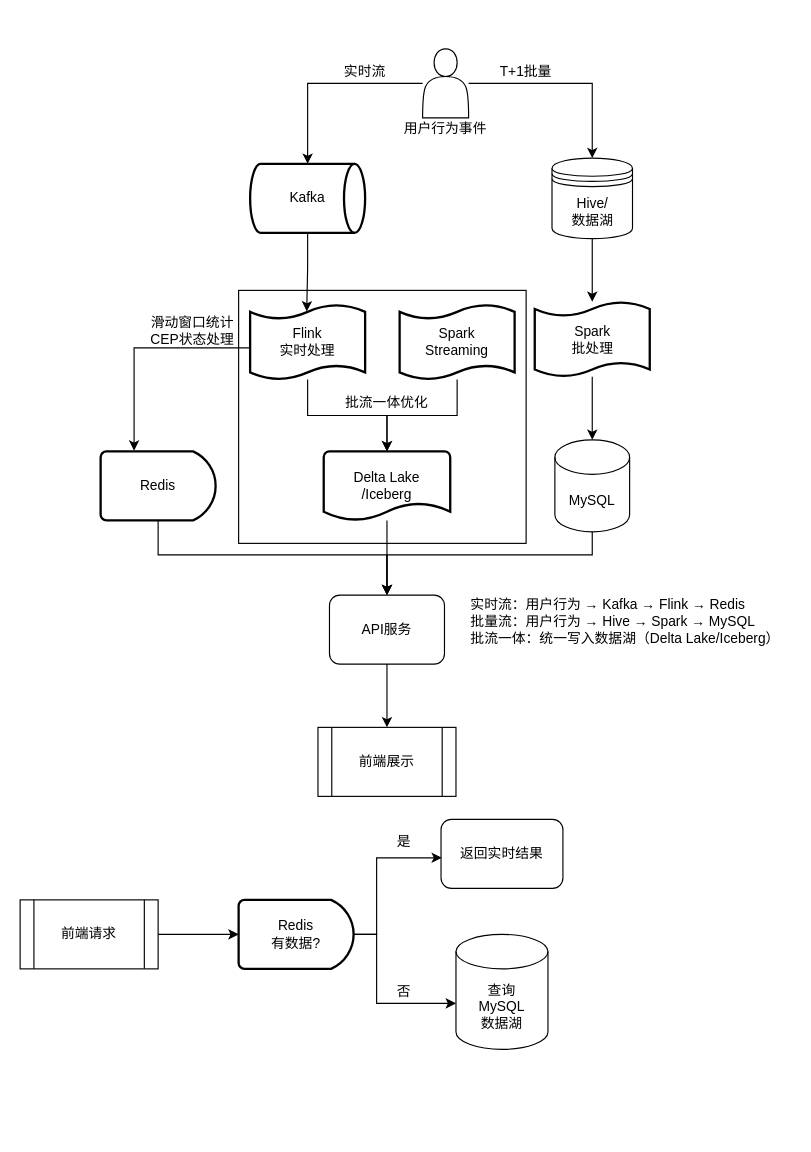
Above: achitecture_diagram/大数据-Lambda分层架构.drawio in abigalexy/online_drawing (draw.io), before the change. Source tidied: cells renumbered, new cells numbered last; positions are measured from the earlier drawing's top-left corner, leaving out a move shared by most shapes. Both pictures are drawn from the tidied source at 115%, with x=0, y=0 at pixel (20, 48).
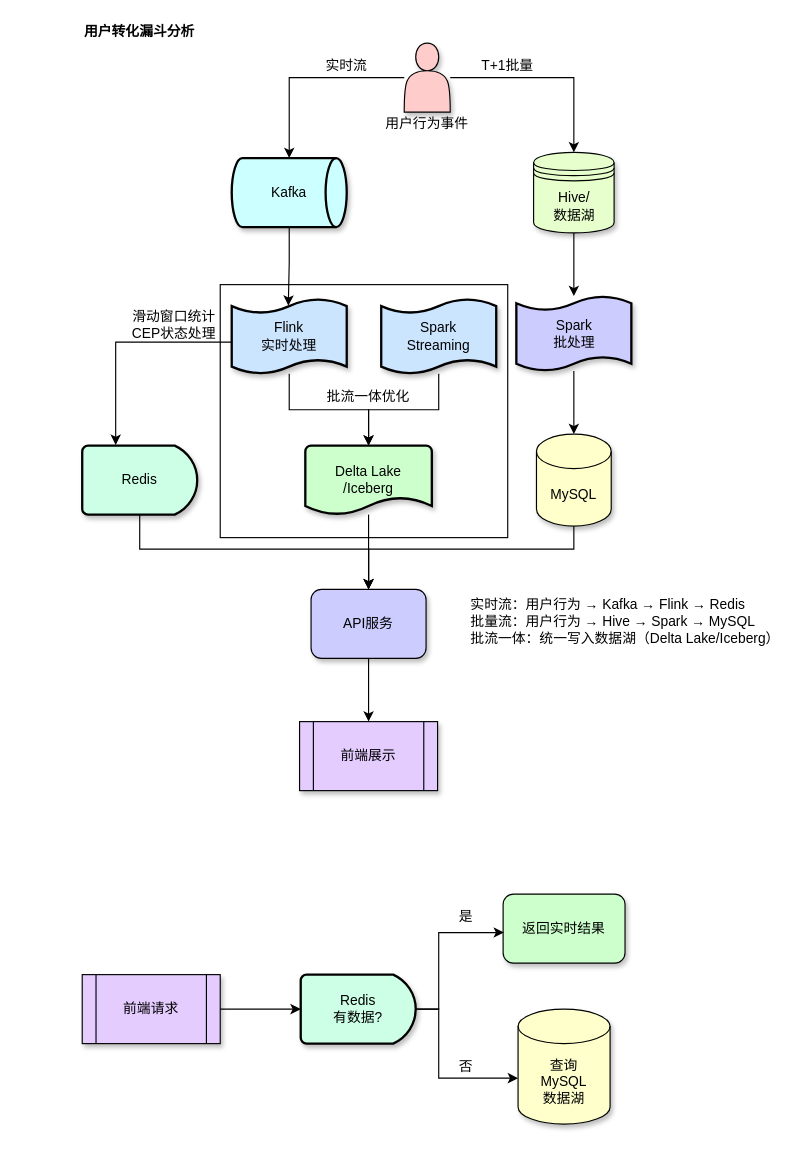
After the change.

Commit message:
更新大数据-Lambda分层架构.drawio

What changed in the source:
```diff
@@
+    <mxCell id="31" value="&lt;div&gt;实时流：用户行为 → Kafka → Flink → Redis&lt;/div&gt;&lt;div&gt;批量流：用户行为 → Hive → Spark → MySQL&lt;/div&gt;&lt;div&gt;批流一体：统一写入数据湖（Delta Lake/Iceberg）&lt;/div&gt;" style="text;strokeColor=none;align=left;fillColor=none;html=1;verticalAlign=middle;whiteSpace=wrap;rounded=0;" parent="1" vertex="1">
+      <mxGeometry x="390" y="475" width="280" height="45" as="geometry" />
+    </mxCell>
+    <mxCell id="41" style="group;" parent="1" vertex="1">
+      <mxGeometry x="54" y="-5" width="477.5" height="650" as="geometry" />
+    </mxCell>
-    <mxCell id="2" style="rounded=0;whiteSpace=wrap;html=1;" parent="1" vertex="1">
-      <mxGeometry x="190" y="210" width="250" height="220" as="geometry" />
+    <mxCell id="2" style="rounded=0;whiteSpace=wrap;html=1;" parent="41" vertex="1">
+      <mxGeometry x="120" y="210" width="250" height="220" as="geometry" />
     </mxCell>
-    <mxCell id="3" style="edgeStyle=orthogonalEdgeStyle;rounded=0;jettySize=auto;html=1;" parent="1" edge="1" source="5" target="6">
+    <mxCell id="3" style="edgeStyle=orthogonalEdgeStyle;rounded=0;jettySize=auto;html=1;" parent="41" edge="1" source="5" target="6">
       <mxGeometry relative="1" as="geometry" />
     </mxCell>
-    <mxCell id="4" style="edgeStyle=orthogonalEdgeStyle;rounded=0;jettySize=auto;html=1;entryX=0.5;entryY=0;entryDx=0;entryDy=0;" parent="1" edge="1" source="5" target="8">
+    <mxCell id="4" style="edgeStyle=orthogonalEdgeStyle;rounded=0;jettySize=auto;html=1;entryX=0.5;entryY=0;entryDx=0;entryDy=0;" parent="41" edge="1" source="5" target="8">
       <mxGeometry relative="1" as="geometry" />
     </mxCell>
-    <mxCell id="5" style="shape=actor;whiteSpace=wrap;html=1;" parent="1" vertex="1">
-      <mxGeometry x="350" width="40" height="60" as="geometry" />
+    <mxCell id="5" style="shape=actor;whiteSpace=wrap;html=1;fillColor=#FFCCCC;shadow=1;" parent="41" vertex="1">
+      <mxGeometry x="280" width="40" height="60" as="geometry" />
     </mxCell>
-    <mxCell id="6" value="Kafka" style="strokeWidth=2;html=1;shape=mxgraph.flowchart.direct_data;whiteSpace=wrap;" parent="1" vertex="1">
-      <mxGeometry x="200" y="100" width="100" height="60" as="geometry" />
+    <mxCell id="6" value="Kafka" style="strokeWidth=2;html=1;shape=mxgraph.flowchart.direct_data;whiteSpace=wrap;shadow=1;fillColor=#CCFFFF;" parent="41" vertex="1">
+      <mxGeometry x="130" y="100" width="100" height="60" as="geometry" />
     </mxCell>
-    <mxCell id="7" style="edgeStyle=orthogonalEdgeStyle;rounded=0;jettySize=auto;html=1;" parent="1" edge="1" source="8" target="16">
+    <mxCell id="7" style="edgeStyle=orthogonalEdgeStyle;rounded=0;jettySize=auto;html=1;" parent="41" edge="1" source="8" target="16">
       <mxGeometry relative="1" as="geometry" />
     </mxCell>
-    <mxCell id="8" value="Hive/&lt;div&gt;数据湖&lt;/div&gt;" style="shape=datastore;whiteSpace=wrap;html=1;" parent="1" vertex="1">
-      <mxGeometry x="462.5" y="95" width="70" height="70" as="geometry" />
+    <mxCell id="8" value="Hive/&lt;div&gt;数据湖&lt;/div&gt;" style="shape=datastore;whiteSpace=wrap;html=1;fillColor=#E6FFCC;shadow=1;" parent="41" vertex="1">
+      <mxGeometry x="392.5" y="95" width="70" height="70" as="geometry" />
     </mxCell>
-    <mxCell id="9" value="Spark&lt;br&gt;Streaming" style="shape=tape;whiteSpace=wrap;html=1;strokeWidth=2;size=0.19;" parent="1" vertex="1">
-      <mxGeometry x="330" y="222.5" width="100" height="65" as="geometry" />
+    <mxCell id="9" value="Spark&lt;br&gt;Streaming" style="shape=tape;whiteSpace=wrap;html=1;strokeWidth=2;size=0.19;fillColor=#CCE5FF;shadow=1;" parent="41" vertex="1">
+      <mxGeometry x="260" y="222.5" width="100" height="65" as="geometry" />
     </mxCell>
-    <mxCell id="10" value="&lt;span style=&quot;text-wrap: nowrap;&quot;&gt;Flink&lt;br&gt;实时处理&lt;/span&gt;" style="shape=tape;whiteSpace=wrap;html=1;strokeWidth=2;size=0.19;" parent="1" vertex="1">
-      <mxGeometry x="200" y="222.5" width="100" height="65" as="geometry" />
+    <mxCell id="10" value="&lt;span style=&quot;text-wrap: nowrap;&quot;&gt;Flink&lt;br&gt;实时处理&lt;/span&gt;" style="shape=tape;whiteSpace=wrap;html=1;strokeWidth=2;size=0.19;fillColor=#CCE5FF;shadow=1;" parent="41" vertex="1">
+      <mxGeometry x="130" y="222.5" width="100" height="65" as="geometry" />
     </mxCell>
-    <mxCell id="11" style="edgeStyle=orthogonalEdgeStyle;rounded=0;jettySize=auto;html=1;entryX=0.5;entryY=0;entryDx=0;entryDy=0;" parent="1" edge="1" source="12" target="14">
-      <mxGeometry relative="1" as="geometry" />
-    </mxCell>
-    <mxCell id="12" value="Delta Lake&lt;br&gt;/Iceberg" style="strokeWidth=2;html=1;shape=mxgraph.flowchart.document2;whiteSpace=wrap;size=0.25;" parent="1" vertex="1">
-      <mxGeometry x="264" y="350" width="110" height="60" as="geometry" />
+    <mxCell id="12" value="Delta Lake&lt;br&gt;/Iceberg" style="strokeWidth=2;html=1;shape=mxgraph.flowchart.document2;whiteSpace=wrap;size=0.25;fillColor=#CCFFCC;shadow=1;" parent="41" vertex="1">
+      <mxGeometry x="194" y="350" width="110" height="60" as="geometry" />
     </mxCell>
-    <mxCell id="13" style="edgeStyle=orthogonalEdgeStyle;rounded=0;jettySize=auto;html=1;entryX=0.5;entryY=0;entryDx=0;entryDy=0;" parent="1" edge="1" source="14" target="15">
+    <mxCell id="13" style="edgeStyle=orthogonalEdgeStyle;rounded=0;jettySize=auto;html=1;entryX=0.5;entryY=0;entryDx=0;entryDy=0;" parent="41" edge="1" source="14" target="15">
       <mxGeometry relative="1" as="geometry" />
     </mxCell>
-    <mxCell id="14" value="API服务" style="rounded=1;whiteSpace=wrap;html=1;" parent="1" vertex="1">
-      <mxGeometry x="269" y="475" width="100" height="60" as="geometry" />
+    <mxCell id="14" value="API服务" style="rounded=1;whiteSpace=wrap;html=1;fillColor=#CCCCFF;shadow=1;" parent="41" vertex="1">
+      <mxGeometry x="199" y="475" width="100" height="60" as="geometry" />
     </mxCell>
-    <mxCell id="15" value="前端展示" style="shape=process;whiteSpace=wrap;html=1;backgroundOutline=1;" parent="1" vertex="1">
-      <mxGeometry x="259" y="590" width="120" height="60" as="geometry" />
+    <mxCell id="15" value="前端展示" style="shape=process;whiteSpace=wrap;html=1;backgroundOutline=1;shadow=1;fillColor=#E5CCFF;" parent="41" vertex="1">
+      <mxGeometry x="189" y="590" width="120" height="60" as="geometry" />
     </mxCell>
-    <mxCell id="16" value="Spark&lt;br&gt;批处理" style="shape=tape;whiteSpace=wrap;html=1;strokeWidth=2;size=0.19;" parent="1" vertex="1">
-      <mxGeometry x="447.5" y="220" width="100" height="65" as="geometry" />
+    <mxCell id="16" value="Spark&lt;br&gt;批处理" style="shape=tape;whiteSpace=wrap;html=1;strokeWidth=2;size=0.19;fillColor=#CCCCFF;shadow=1;" parent="41" vertex="1">
+      <mxGeometry x="377.5" y="220" width="100" height="65" as="geometry" />
     </mxCell>
-    <mxCell id="17" style="edgeStyle=orthogonalEdgeStyle;rounded=0;jettySize=auto;html=1;entryX=0.5;entryY=0;entryDx=0;entryDy=0;" parent="1" edge="1" source="18" target="14">
+    <mxCell id="17" style="edgeStyle=orthogonalEdgeStyle;rounded=0;jettySize=auto;html=1;entryX=0.5;entryY=0;entryDx=0;entryDy=0;" parent="41" edge="1" source="18" target="14">
       <mxGeometry relative="1" as="geometry">
         <Array as="points">
-          <mxPoint x="498" y="440" />
-          <mxPoint x="319" y="440" />
+          <mxPoint x="428" y="440" />
+          <mxPoint x="249" y="440" />
         </Array>
       </mxGeometry>
     </mxCell>
-    <mxCell id="18" value="MySQL" style="shape=cylinder3;whiteSpace=wrap;html=1;boundedLbl=1;backgroundOutline=1;size=15;" parent="1" vertex="1">
-      <mxGeometry x="465" y="340" width="65" height="80" as="geometry" />
+    <mxCell id="18" value="MySQL" style="shape=cylinder3;whiteSpace=wrap;html=1;boundedLbl=1;backgroundOutline=1;size=15;fillColor=#FFFFCC;shadow=1;" parent="41" vertex="1">
+      <mxGeometry x="395" y="340" width="65" height="80" as="geometry" />
     </mxCell>
-    <mxCell id="19" style="edgeStyle=orthogonalEdgeStyle;rounded=0;jettySize=auto;html=1;entryX=0.5;entryY=0;entryDx=0;entryDy=0;entryPerimeter=0;" parent="1" edge="1" source="16" target="18">
+    <mxCell id="19" style="edgeStyle=orthogonalEdgeStyle;rounded=0;jettySize=auto;html=1;entryX=0.5;entryY=0;entryDx=0;entryDy=0;entryPerimeter=0;" parent="41" edge="1" source="16" target="18">
       <mxGeometry relative="1" as="geometry" />
     </mxCell>
-    <mxCell id="20" style="edgeStyle=orthogonalEdgeStyle;rounded=0;jettySize=auto;html=1;entryX=0.5;entryY=0;entryDx=0;entryDy=0;" parent="1" edge="1" source="21" target="14">
+    <mxCell id="20" style="edgeStyle=orthogonalEdgeStyle;rounded=0;jettySize=auto;html=1;entryX=0.5;entryY=0;entryDx=0;entryDy=0;" parent="41" edge="1" source="21" target="14">
       <mxGeometry relative="1" as="geometry">
         <Array as="points">
-          <mxPoint x="120" y="440" />
-          <mxPoint x="319" y="440" />
+          <mxPoint x="50" y="440" />
+          <mxPoint x="249" y="440" />
         </Array>
       </mxGeometry>
     </mxCell>
-    <mxCell id="21" value="&lt;span style=&quot;text-wrap: nowrap;&quot;&gt;Redis&lt;/span&gt;" style="strokeWidth=2;html=1;shape=mxgraph.flowchart.delay;whiteSpace=wrap;" parent="1" vertex="1">
-      <mxGeometry x="70" y="350" width="100" height="60" as="geometry" />
+    <mxCell id="21" value="&lt;span style=&quot;text-wrap: nowrap;&quot;&gt;Redis&lt;/span&gt;" style="strokeWidth=2;html=1;shape=mxgraph.flowchart.delay;whiteSpace=wrap;fillColor=#CCFFE6;shadow=1;" parent="41" vertex="1">
+      <mxGeometry y="350" width="100" height="60" as="geometry" />
     </mxCell>
-    <mxCell id="22" style="edgeStyle=orthogonalEdgeStyle;rounded=0;jettySize=auto;html=1;entryX=0.291;entryY=-0.01;entryDx=0;entryDy=0;entryPerimeter=0;exitX=0;exitY=0.577;exitDx=0;exitDy=0;exitPerimeter=0;" parent="1" edge="1" source="10" target="21">
+    <mxCell id="22" style="edgeStyle=orthogonalEdgeStyle;rounded=0;jettySize=auto;html=1;entryX=0.291;entryY=-0.01;entryDx=0;entryDy=0;entryPerimeter=0;exitX=0;exitY=0.577;exitDx=0;exitDy=0;exitPerimeter=0;" parent="41" edge="1" source="10" target="21">
       <mxGeometry relative="1" as="geometry">
         <Array as="points">
-          <mxPoint x="100" y="260" />
-          <mxPoint x="100" y="349" />
+          <mxPoint x="30" y="260" />
+          <mxPoint x="30" y="349" />
         </Array>
       </mxGeometry>
     </mxCell>
-    <mxCell id="23" style="edgeStyle=orthogonalEdgeStyle;rounded=0;jettySize=auto;html=1;entryX=0.5;entryY=0;entryDx=0;entryDy=0;entryPerimeter=0;" parent="1" edge="1" source="10" target="12">
+    <mxCell id="23" style="edgeStyle=orthogonalEdgeStyle;rounded=0;jettySize=auto;html=1;entryX=0.5;entryY=0;entryDx=0;entryDy=0;entryPerimeter=0;" parent="41" edge="1" source="10" target="12">
       <mxGeometry relative="1" as="geometry" />
     </mxCell>
-    <mxCell id="24" style="edgeStyle=orthogonalEdgeStyle;rounded=0;jettySize=auto;html=1;entryX=0.5;entryY=0;entryDx=0;entryDy=0;entryPerimeter=0;" parent="1" edge="1" source="9" target="12">
+    <mxCell id="24" style="edgeStyle=orthogonalEdgeStyle;rounded=0;jettySize=auto;html=1;entryX=0.5;entryY=0;entryDx=0;entryDy=0;entryPerimeter=0;" parent="41" edge="1" source="9" target="12">
       <mxGeometry relative="1" as="geometry" />
     </mxCell>
-    <mxCell id="25" style="edgeStyle=orthogonalEdgeStyle;rounded=0;jettySize=auto;html=1;entryX=0.492;entryY=0.089;entryDx=0;entryDy=0;entryPerimeter=0;" parent="1" edge="1" source="6" target="10">
+    <mxCell id="25" style="edgeStyle=orthogonalEdgeStyle;rounded=0;jettySize=auto;html=1;entryX=0.492;entryY=0.089;entryDx=0;entryDy=0;entryPerimeter=0;" parent="41" edge="1" source="6" target="10">
       <mxGeometry relative="1" as="geometry" />
     </mxCell>
-    <mxCell id="26" value="用户行为事件" style="text;strokeColor=none;align=center;fillColor=none;html=1;verticalAlign=middle;whiteSpace=wrap;rounded=0;" parent="1" vertex="1">
-      <mxGeometry x="330" y="60" width="80" height="20" as="geometry" />
+    <mxCell id="26" value="用户行为事件" style="text;strokeColor=none;align=center;fillColor=none;html=1;verticalAlign=middle;whiteSpace=wrap;rounded=0;" parent="41" vertex="1">
+      <mxGeometry x="260" y="60" width="80" height="20" as="geometry" />
     </mxCell>
-    <mxCell id="27" value="实时流" style="text;strokeColor=none;align=center;fillColor=none;html=1;verticalAlign=middle;whiteSpace=wrap;rounded=0;" parent="1" vertex="1">
-      <mxGeometry x="280" y="10" width="40" height="20" as="geometry" />
+    <mxCell id="27" value="实时流" style="text;strokeColor=none;align=center;fillColor=none;html=1;verticalAlign=middle;whiteSpace=wrap;rounded=0;" parent="41" vertex="1">
+      <mxGeometry x="210" y="10" width="40" height="20" as="geometry" />
     </mxCell>
-    <mxCell id="28" value="T+1批量" style="text;strokeColor=none;align=center;fillColor=none;html=1;verticalAlign=middle;whiteSpace=wrap;rounded=0;" parent="1" vertex="1">
-      <mxGeometry x="415" y="10" width="50" height="20" as="geometry" />
+    <mxCell id="28" value="T+1批量" style="text;strokeColor=none;align=center;fillColor=none;html=1;verticalAlign=middle;whiteSpace=wrap;rounded=0;" parent="41" vertex="1">
+      <mxGeometry x="345" y="10" width="50" height="20" as="geometry" />
     </mxCell>
-    <mxCell id="29" value="滑动窗口统计&lt;br&gt;CEP状态处理" style="text;strokeColor=none;align=center;fillColor=none;html=1;verticalAlign=middle;whiteSpace=wrap;rounded=0;" parent="1" vertex="1">
-      <mxGeometry x="110" y="230" width="80" height="30" as="geometry" />
+    <mxCell id="29" value="滑动窗口统计&lt;br&gt;CEP状态处理" style="text;strokeColor=none;align=center;fillColor=none;html=1;verticalAlign=middle;whiteSpace=wrap;rounded=0;" parent="41" vertex="1">
+      <mxGeometry x="40" y="230" width="80" height="30" as="geometry" />
     </mxCell>
-    <mxCell id="30" value="批流一体优化" style="text;strokeColor=none;align=center;fillColor=none;html=1;verticalAlign=middle;whiteSpace=wrap;rounded=0;" parent="1" vertex="1">
-      <mxGeometry x="279" y="300" width="80" height="15" as="geometry" />
+    <mxCell id="30" value="批流一体优化" style="text;strokeColor=none;align=center;fillColor=none;html=1;verticalAlign=middle;whiteSpace=wrap;rounded=0;" parent="41" vertex="1">
+      <mxGeometry x="209" y="300" width="80" height="15" as="geometry" />
     </mxCell>
-    <mxCell id="31" value="&lt;div&gt;实时流：用户行为 → Kafka → Flink → Redis&lt;/div&gt;&lt;div&gt;批量流：用户行为 → Hive → Spark → MySQL&lt;/div&gt;&lt;div&gt;批流一体：统一写入数据湖（Delta Lake/Iceberg）&lt;/div&gt;" style="text;strokeColor=none;align=left;fillColor=none;html=1;verticalAlign=middle;whiteSpace=wrap;rounded=0;" parent="1" vertex="1">
-      <mxGeometry x="390" y="475" width="280" height="45" as="geometry" />
-    </mxCell>
+    <mxCell id="11" style="edgeStyle=orthogonalEdgeStyle;rounded=0;jettySize=auto;html=1;entryX=0.5;entryY=0;entryDx=0;entryDy=0;" parent="41" edge="1" source="12" target="14">
+      <mxGeometry relative="1" as="geometry" />
+    </mxCell>
+    <mxCell id="42" style="group;" parent="1" vertex="1">
+      <mxGeometry x="54" y="735" width="472" height="200" as="geometry" />
+    </mxCell>
-    <mxCell id="32" value="前端请求" style="shape=process;whiteSpace=wrap;html=1;backgroundOutline=1;" parent="1" vertex="1">
-      <mxGeometry y="740" width="120" height="60" as="geometry" />
+    <mxCell id="32" value="前端请求" style="shape=process;whiteSpace=wrap;html=1;backgroundOutline=1;fillColor=#E5CCFF;shadow=1;" parent="42" vertex="1">
+      <mxGeometry y="70" width="120" height="60" as="geometry" />
     </mxCell>
-    <mxCell id="33" value="&lt;span style=&quot;text-wrap: nowrap;&quot;&gt;Redis&lt;br&gt;有数据?&lt;/span&gt;" style="strokeWidth=2;html=1;shape=mxgraph.flowchart.delay;whiteSpace=wrap;" parent="1" vertex="1">
-      <mxGeometry x="190" y="740" width="100" height="60" as="geometry" />
+    <mxCell id="33" value="&lt;span style=&quot;text-wrap: nowrap;&quot;&gt;Redis&lt;br&gt;有数据?&lt;/span&gt;" style="strokeWidth=2;html=1;shape=mxgraph.flowchart.delay;whiteSpace=wrap;fillColor=#CCFFE6;shadow=1;" parent="42" vertex="1">
+      <mxGeometry x="190" y="70" width="100" height="60" as="geometry" />
     </mxCell>
-    <mxCell id="34" value="返回实时结果" style="rounded=1;whiteSpace=wrap;html=1;" parent="1" vertex="1">
-      <mxGeometry x="366" y="670" width="106" height="60" as="geometry" />
+    <mxCell id="34" value="返回实时结果" style="rounded=1;whiteSpace=wrap;html=1;fillColor=#CCFFCC;shadow=1;" parent="42" vertex="1">
+      <mxGeometry x="366" width="106" height="60" as="geometry" />
     </mxCell>
-    <mxCell id="35" value="查询&lt;br&gt;MySQL&lt;br&gt;数据湖" style="shape=cylinder3;whiteSpace=wrap;html=1;boundedLbl=1;backgroundOutline=1;size=15;align=center;" parent="1" vertex="1">
-      <mxGeometry x="379" y="770" width="80" height="100" as="geometry" />
+    <mxCell id="35" value="查询&lt;br&gt;MySQL&lt;br&gt;数据湖" style="shape=cylinder3;whiteSpace=wrap;html=1;boundedLbl=1;backgroundOutline=1;size=15;align=center;fillColor=#FFFFCC;shadow=1;" parent="42" vertex="1">
+      <mxGeometry x="379" y="100" width="80" height="100" as="geometry" />
     </mxCell>
-    <mxCell id="36" style="edgeStyle=orthogonalEdgeStyle;rounded=0;jettySize=auto;html=1;entryX=0;entryY=0.5;entryDx=0;entryDy=0;entryPerimeter=0;" parent="1" edge="1" source="32" target="33">
+    <mxCell id="36" style="edgeStyle=orthogonalEdgeStyle;rounded=0;jettySize=auto;html=1;entryX=0;entryY=0.5;entryDx=0;entryDy=0;entryPerimeter=0;" parent="42" edge="1" source="32" target="33">
       <mxGeometry relative="1" as="geometry" />
     </mxCell>
-    <mxCell id="37" style="edgeStyle=orthogonalEdgeStyle;rounded=0;jettySize=auto;html=1;entryX=0.007;entryY=0.557;entryDx=0;entryDy=0;entryPerimeter=0;" parent="1" edge="1" source="33" target="34">
+    <mxCell id="37" style="edgeStyle=orthogonalEdgeStyle;rounded=0;jettySize=auto;html=1;entryX=0.007;entryY=0.557;entryDx=0;entryDy=0;entryPerimeter=0;" parent="42" edge="1" source="33" target="34">
       <mxGeometry relative="1" as="geometry">
         <Array as="points">
-          <mxPoint x="310" y="770" />
-          <mxPoint x="310" y="703" />
-          <mxPoint x="367" y="703" />
+          <mxPoint x="310" y="100" />
+          <mxPoint x="310" y="33" />
+          <mxPoint x="367" y="33" />
         </Array>
       </mxGeometry>
     </mxCell>
-    <mxCell id="38" style="edgeStyle=orthogonalEdgeStyle;rounded=0;jettySize=auto;html=1;" parent="1" edge="1" source="33">
+    <mxCell id="38" style="edgeStyle=orthogonalEdgeStyle;rounded=0;jettySize=auto;html=1;" parent="42" edge="1" source="33">
       <mxGeometry relative="1" as="geometry">
-        <mxPoint x="379" y="830" as="targetPoint" />
+        <mxPoint x="379" y="160" as="targetPoint" />
         <Array as="points">
-          <mxPoint x="310" y="770" />
-          <mxPoint x="310" y="830" />
+          <mxPoint x="310" y="100" />
+          <mxPoint x="310" y="160" />
         </Array>
       </mxGeometry>
     </mxCell>
-    <mxCell id="39" value="是" style="text;strokeColor=none;align=center;fillColor=none;html=1;verticalAlign=middle;whiteSpace=wrap;rounded=0;" parent="1" vertex="1">
-      <mxGeometry x="324" y="680" width="20" height="20" as="geometry" />
+    <mxCell id="39" value="是" style="text;strokeColor=none;align=center;fillColor=none;html=1;verticalAlign=middle;whiteSpace=wrap;rounded=0;" parent="42" vertex="1">
+      <mxGeometry x="324" y="10" width="20" height="20" as="geometry" />
     </mxCell>
-    <mxCell id="40" value="否" style="text;strokeColor=none;align=center;fillColor=none;html=1;verticalAlign=middle;whiteSpace=wrap;rounded=0;" parent="1" vertex="1">
-      <mxGeometry x="324" y="810" width="20" height="20" as="geometry" />
+    <mxCell id="40" value="否" style="text;strokeColor=none;align=center;fillColor=none;html=1;verticalAlign=middle;whiteSpace=wrap;rounded=0;" parent="42" vertex="1">
+      <mxGeometry x="324" y="140" width="20" height="20" as="geometry" />
     </mxCell>
+    <mxCell id="43" value="&lt;b&gt;用户转化漏斗分析&lt;/b&gt;" style="text;strokeColor=none;align=center;fillColor=none;html=1;verticalAlign=middle;whiteSpace=wrap;rounded=0;" parent="1" vertex="1">
+      <mxGeometry x="54" y="-25" width="100" height="20" as="geometry" />
+    </mxCell>
```
